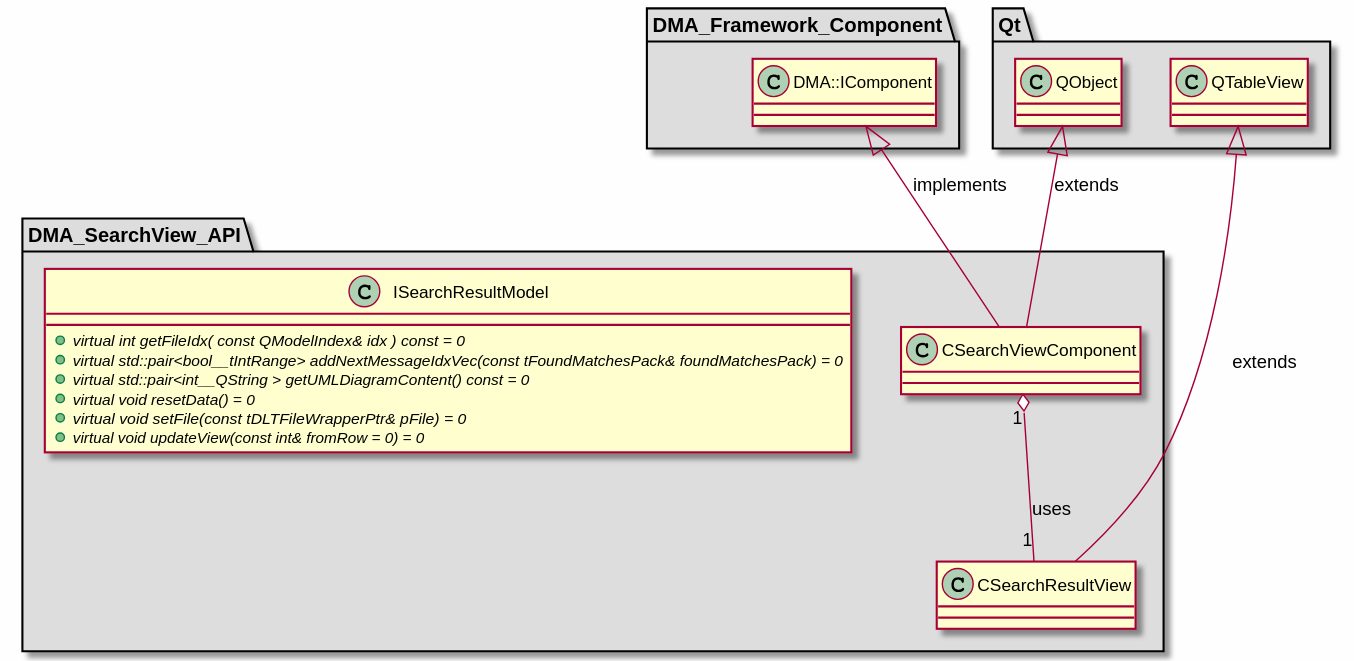
Before: md/dev_docs/puml/DMA_SearchView_API_standalone.svg, a diagram exported from PlantUML (svlad-90/DLT-Message-Analyzer).
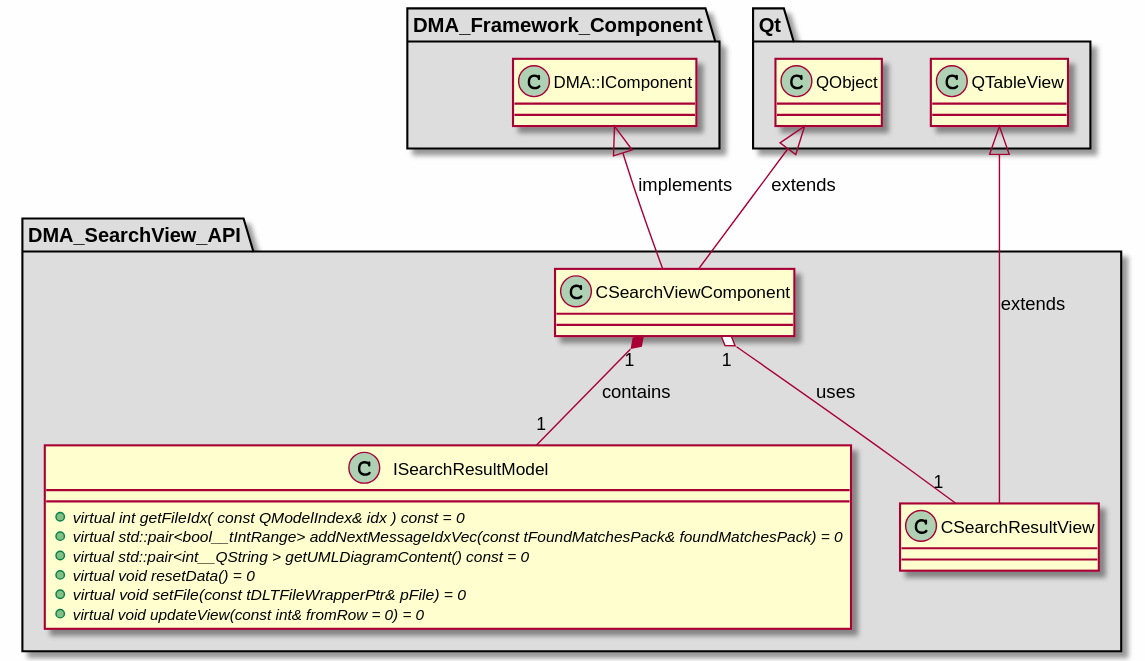
Later version of the same file.

What changed in the source:
```diff
@@ -52,5 +52,6 @@
 QObject <|-- CSearchViewComponent : extends
 
 CSearchViewComponent "1" o-- "1" CSearchResultView : uses
+CSearchViewComponent "1" *-- "1" ISearchResultModel : contains
 
 @enduml
```
